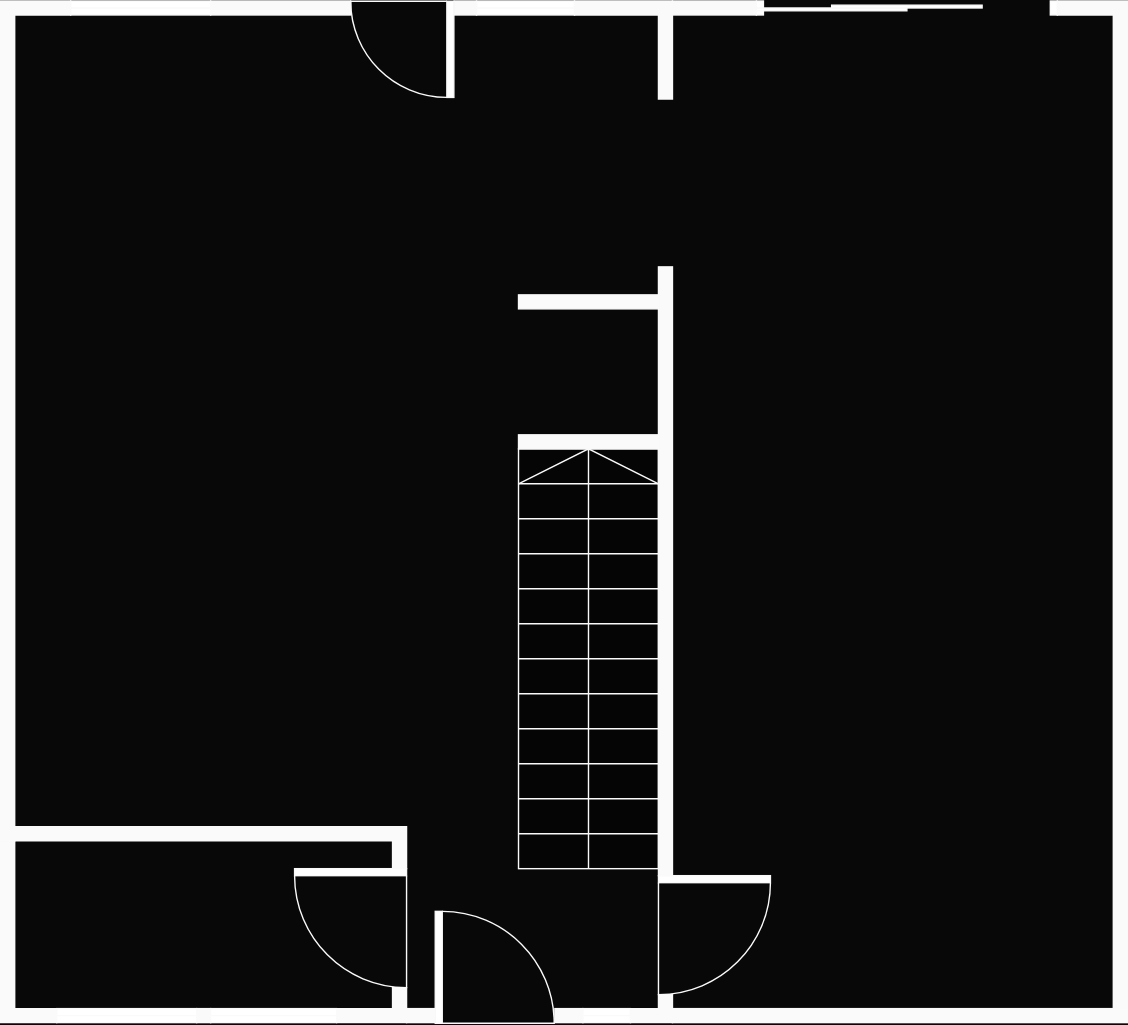
The draw.io diagram home-automation/home-automation.drawio.svg in Jonnobrow/coffee-shop, before a commit. Source tidied: cells renumbered, new cells last; positions are measured from the earlier drawing's top-left corner, leaving out a move shared by most shapes.
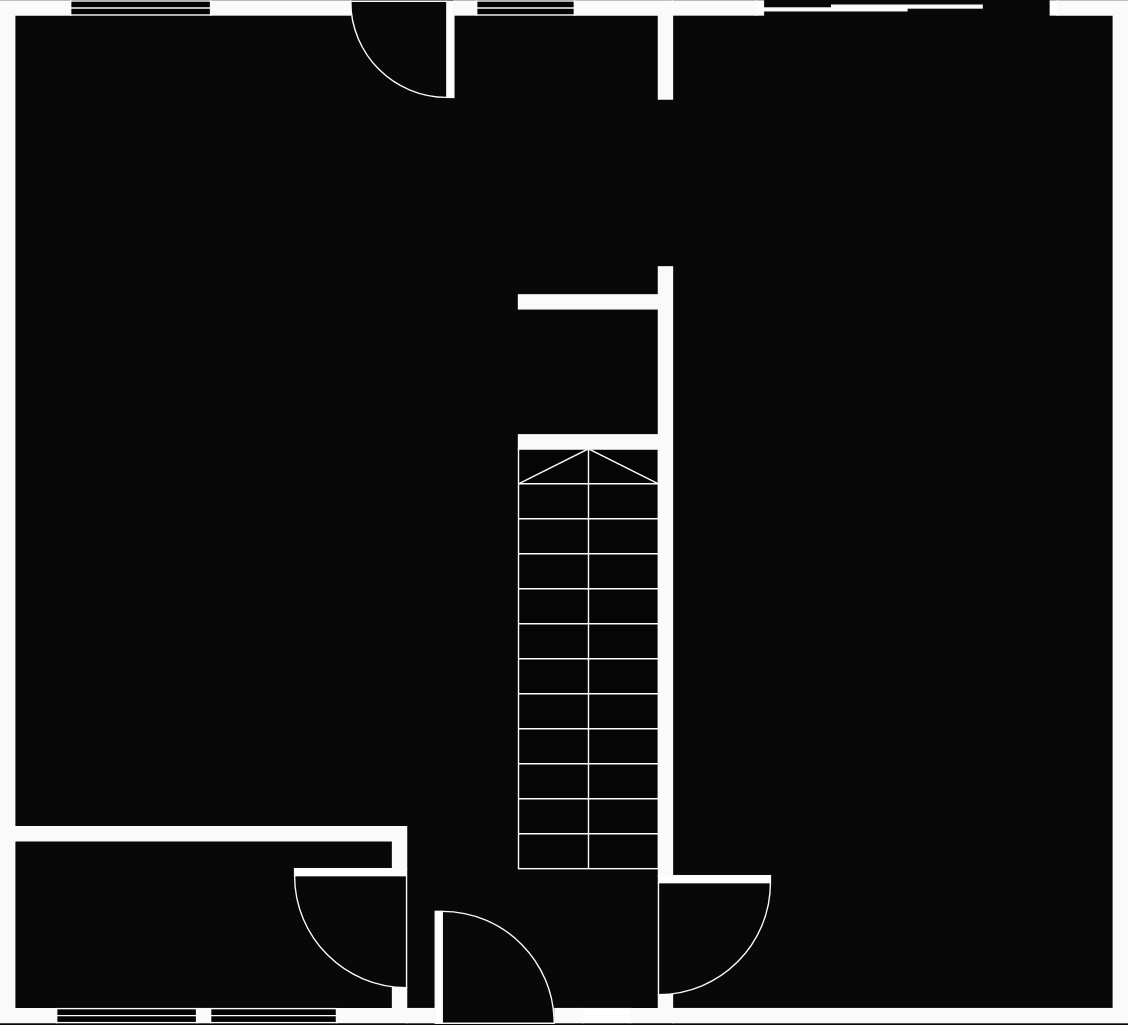
After the change.

Diff of the diagram source:
```diff
@@ -8,7 +8,7 @@
     <mxCell id="3" style="verticalLabelPosition=bottom;html=1;verticalAlign=top;align=center;shape=mxgraph.floorplan.wallCorner;fillColor=strokeColor;strokeColor=#FAFAFA;" parent="2" vertex="1">
       <mxGeometry width="50" height="600" as="geometry" />
     </mxCell>
-    <mxCell id="4" style="verticalLabelPosition=bottom;html=1;verticalAlign=top;align=center;shape=mxgraph.floorplan.window;strokeColor=#FAFAFA;" parent="2" vertex="1">
+    <mxCell id="4" style="verticalLabelPosition=bottom;html=1;verticalAlign=top;align=center;shape=mxgraph.floorplan.window;strokeColor=#FAFAFA;fillColor=#050505;" parent="2" vertex="1">
       <mxGeometry x="50" width="100" height="10" as="geometry" />
     </mxCell>
     <mxCell id="5" style="verticalLabelPosition=bottom;html=1;verticalAlign=top;align=center;shape=mxgraph.floorplan.wall;fillColor=strokeColor;strokeColor=#FAFAFA;" parent="2" vertex="1">
@@ -17,7 +17,7 @@
     <mxCell id="6" style="verticalLabelPosition=bottom;html=1;verticalAlign=top;align=center;shape=mxgraph.floorplan.doorLeft;rotation=90;strokeColor=#FAFAFA;" parent="2" vertex="1">
       <mxGeometry x="252.9" y="-1.9" width="68.7" height="73" as="geometry" />
     </mxCell>
-    <mxCell id="7" style="verticalLabelPosition=bottom;html=1;verticalAlign=top;align=center;shape=mxgraph.floorplan.window;strokeColor=#FAFAFA;" parent="2" vertex="1">
+    <mxCell id="7" style="verticalLabelPosition=bottom;html=1;verticalAlign=top;align=center;shape=mxgraph.floorplan.window;strokeColor=#FAFAFA;fillColor=#050505;" parent="2" vertex="1">
       <mxGeometry x="340" width="70" height="10" as="geometry" />
     </mxCell>
     <mxCell id="8" style="verticalLabelPosition=bottom;html=1;verticalAlign=top;align=center;shape=mxgraph.floorplan.wall;fillColor=strokeColor;strokeColor=#FAFAFA;" parent="2" vertex="1">
@@ -29,13 +29,13 @@
     <mxCell id="10" style="verticalLabelPosition=bottom;html=1;verticalAlign=top;align=center;shape=mxgraph.floorplan.wallCorner;fillColor=strokeColor;direction=north;strokeColor=#FAFAFA;" parent="2" vertex="1">
       <mxGeometry y="600" width="40" height="130" as="geometry" />
     </mxCell>
-    <mxCell id="11" style="verticalLabelPosition=bottom;html=1;verticalAlign=top;align=center;shape=mxgraph.floorplan.window;strokeColor=#FAFAFA;" parent="2" vertex="1">
+    <mxCell id="11" style="verticalLabelPosition=bottom;html=1;verticalAlign=top;align=center;shape=mxgraph.floorplan.window;strokeColor=#FAFAFA;fillColor=#050505;" parent="2" vertex="1">
       <mxGeometry x="40" y="720" width="100" height="10" as="geometry" />
     </mxCell>
     <mxCell id="12" style="verticalLabelPosition=bottom;html=1;verticalAlign=top;align=center;shape=mxgraph.floorplan.wall;fillColor=strokeColor;strokeColor=#FAFAFA;" parent="2" vertex="1">
       <mxGeometry x="140" y="720" width="10" height="10" as="geometry" />
     </mxCell>
-    <mxCell id="13" style="verticalLabelPosition=bottom;html=1;verticalAlign=top;align=center;shape=mxgraph.floorplan.window;strokeColor=#FAFAFA;" parent="2" vertex="1">
+    <mxCell id="13" style="verticalLabelPosition=bottom;html=1;verticalAlign=top;align=center;shape=mxgraph.floorplan.window;strokeColor=#FAFAFA;fillColor=#050505;" parent="2" vertex="1">
       <mxGeometry x="150" y="720" width="90" height="10" as="geometry" />
     </mxCell>
     <mxCell id="14" style="verticalLabelPosition=bottom;html=1;verticalAlign=top;align=center;shape=mxgraph.floorplan.wallCorner;fillColor=strokeColor;direction=west;strokeColor=#FAFAFA;" parent="2" vertex="1">
```
